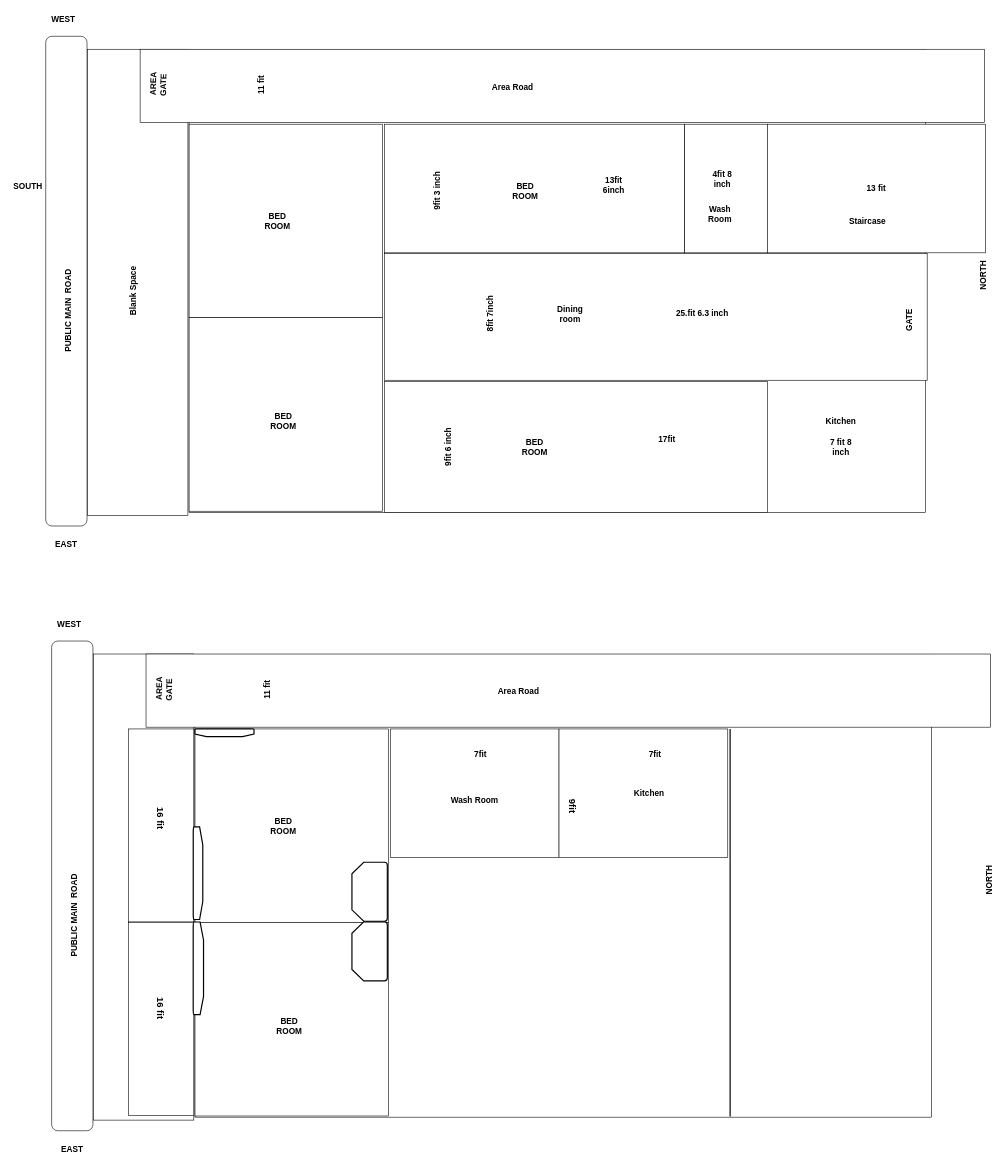
This is Untitled Diagram.drawio from yeasinalicse/demo, a draw.io file, before an edit. Source tidied: cells renumbered, new cells numbered last; positions are measured from the earlier drawing's top-left corner, leaving out a move shared by most shapes. Both pictures are drawn from the tidied source at 59%, with x=0, y=0 at pixel (-14, 10).
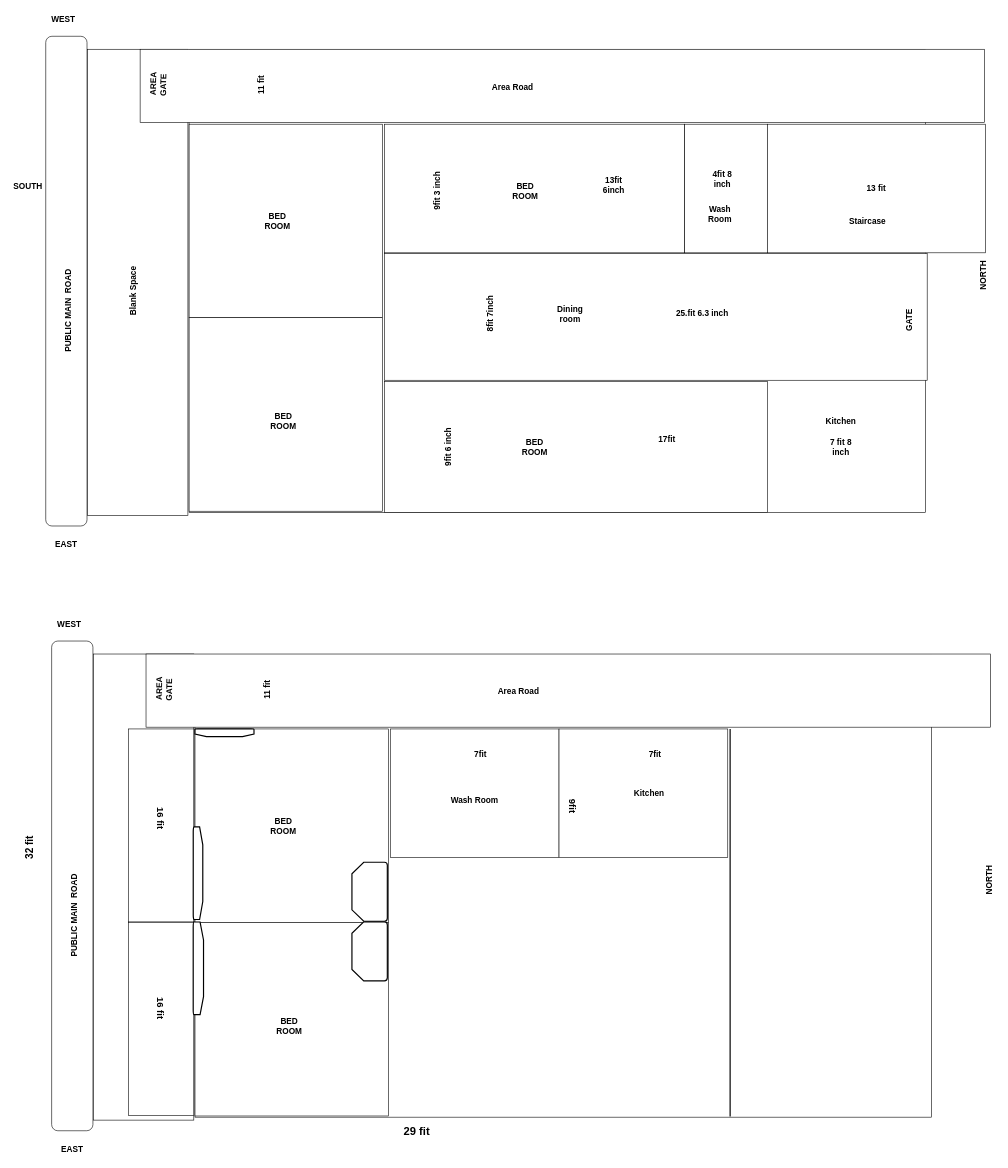
Above is the later version.

The change refers to these unchanged cells:
```xml
<mxCell id="41" style="group;" parent="1" vertex="1">
  <mxGeometry x="110" y="1025" width="1605" height="920" as="geometry" />
</mxCell>
```

Change to the diagram source:
```diff
@@
+    <mxCell id="75" value="29 fit" style="text;html=1;align=center;verticalAlign=middle;whiteSpace=wrap;rounded=0;fontSize=19;fontStyle=1;" parent="41" vertex="1">
+      <mxGeometry x="589" y="860" width="60" height="30" as="geometry" />
+    </mxCell>
+    <mxCell id="76" value="32 fit" style="text;html=1;align=center;verticalAlign=middle;whiteSpace=wrap;rounded=0;rotation=-90;fontSize=17;fontStyle=1;" parent="1" vertex="1">
+      <mxGeometry x="44" y="1404" width="60" height="30" as="geometry" />
+    </mxCell>
```
